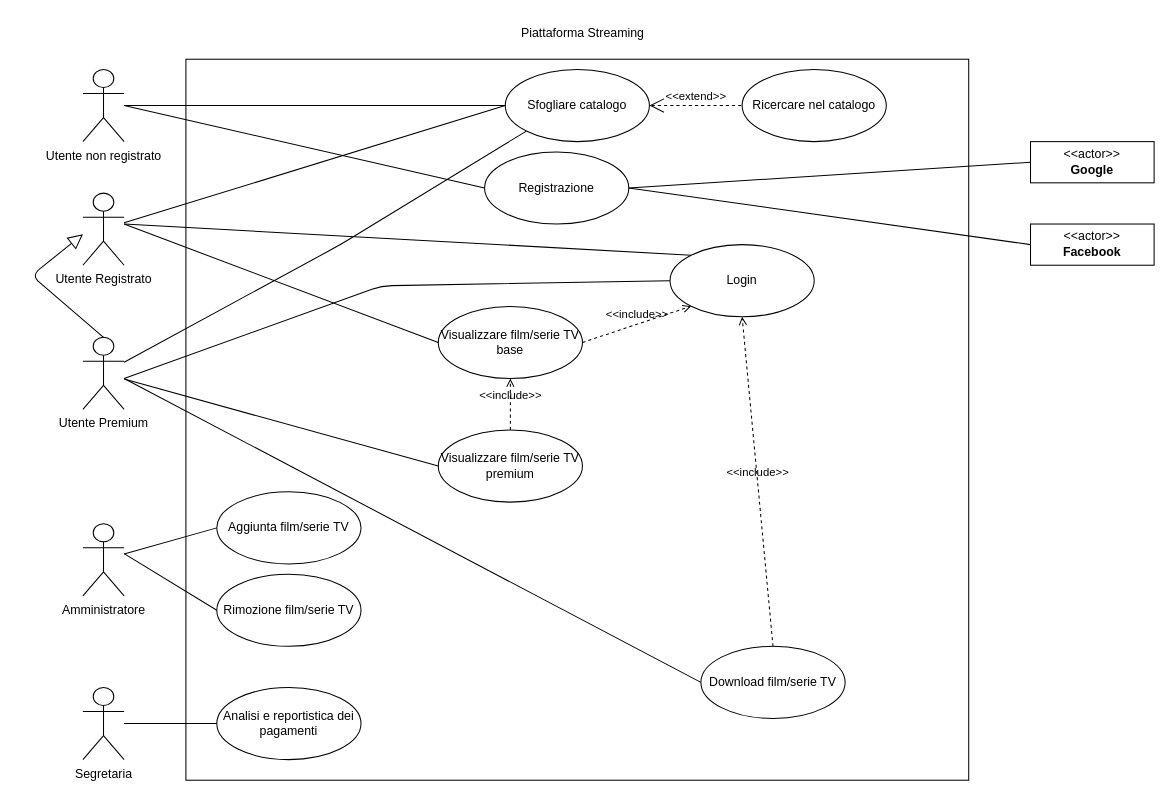
Before: lab1/UC.drawio in Boz7567/FIS, a draw.io diagram. Source tidied: cells renumbered, new cells numbered last; positions are measured from the earlier drawing's top-left corner, leaving out a move shared by most shapes. Both pictures are drawn from the tidied source at 103%, with x=0, y=0 at pixel (31, 18).
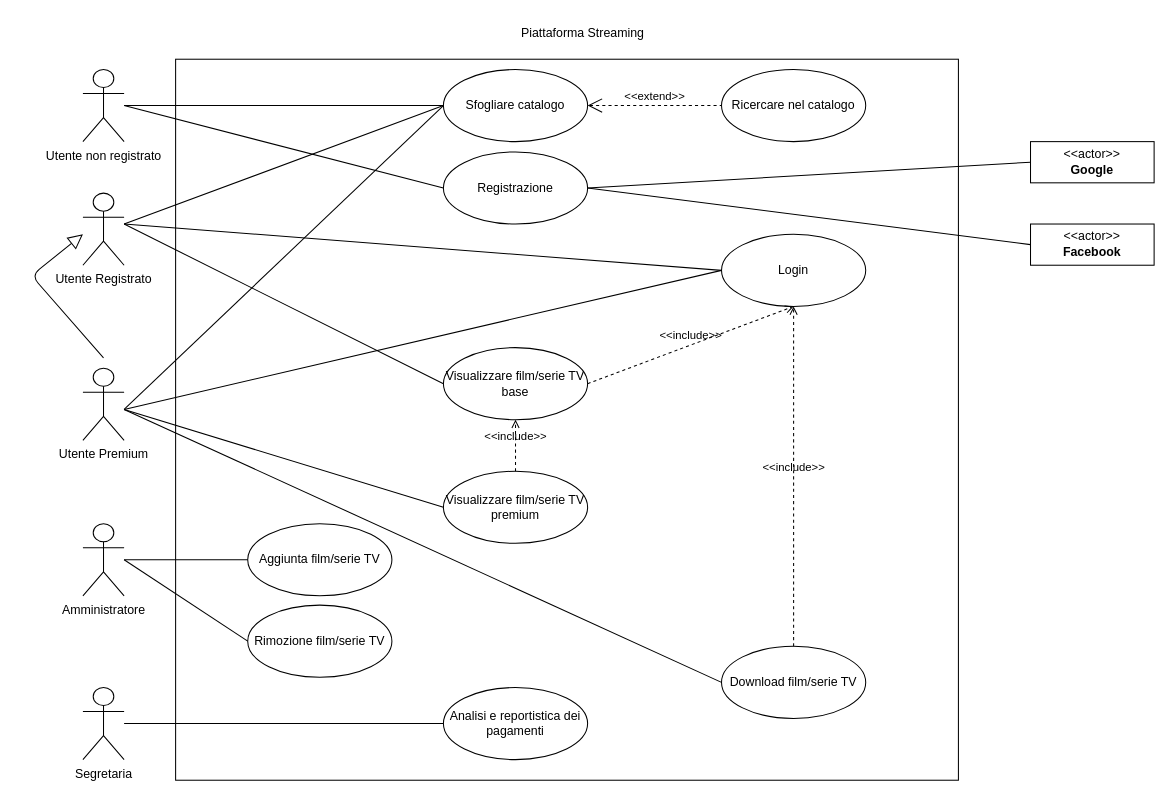
The same diagram, later.

The change refers to these unchanged cells:
```xml
<mxCell id="6" value="Utente Registrato" style="shape=umlActor;verticalLabelPosition=bottom;verticalAlign=top;html=1;outlineConnect=0;" parent="1" vertex="1">
  <mxGeometry x="50" y="170" width="40" height="70" as="geometry" />
</mxCell>
```

The edit, as a diff of the source:
```diff
@@
     <mxCell id="2" style="rounded=0;whiteSpace=wrap;html=1;" parent="1" vertex="1">
-      <mxGeometry x="150" y="40" width="760" height="700" as="geometry" />
+      <mxGeometry x="140" y="40" width="760" height="700" as="geometry" />
     </mxCell>
@@
     <mxCell id="5" value="Login" style="ellipse;whiteSpace=wrap;html=1;" parent="1" vertex="1">
-      <mxGeometry x="620" y="220" width="140" height="70" as="geometry" />
+      <mxGeometry x="670" y="210" width="140" height="70" as="geometry" />
     </mxCell>
@@
     <mxCell id="7" value="Utente Premium" style="shape=umlActor;verticalLabelPosition=bottom;verticalAlign=top;html=1;outlineConnect=0;" parent="1" vertex="1">
-      <mxGeometry x="50" y="310" width="40" height="70" as="geometry" />
+      <mxGeometry x="50" y="340" width="40" height="70" as="geometry" />
     </mxCell>
@@
     <mxCell id="9" value="Registrazione" style="ellipse;whiteSpace=wrap;html=1;" parent="1" vertex="1">
-      <mxGeometry x="440" y="130" width="140" height="70" as="geometry" />
+      <mxGeometry x="400" y="130" width="140" height="70" as="geometry" />
     </mxCell>
@@
     <mxCell id="11" value="Sfogliare catalogo" style="ellipse;whiteSpace=wrap;html=1;" parent="1" vertex="1">
-      <mxGeometry x="460" y="50" width="140" height="70" as="geometry" />
+      <mxGeometry x="400" y="50" width="140" height="70" as="geometry" />
     </mxCell>
     <mxCell id="12" value="Ricercare nel catalogo" style="ellipse;whiteSpace=wrap;html=1;" parent="1" vertex="1">
-      <mxGeometry x="690" y="50" width="140" height="70" as="geometry" />
+      <mxGeometry x="670" y="50" width="140" height="70" as="geometry" />
     </mxCell>
@@
-    <mxCell id="14" style="edgeStyle=none;html=1;endArrow=none;verticalAlign=bottom;entryX=0;entryY=0.5;entryDx=0;entryDy=0;" parent="1" edge="1" source="6" target="11">
-      <mxGeometry relative="1" as="geometry" />
+    <mxCell id="14" style="edgeStyle=none;html=1;endArrow=none;verticalAlign=bottom;entryX=0;entryY=0.5;entryDx=0;entryDy=0;" parent="1" edge="1" target="11">
+      <mxGeometry relative="1" as="geometry">
+        <mxPoint x="90" y="200" as="sourcePoint" />
+      </mxGeometry>
     </mxCell>
-    <mxCell id="15" style="edgeStyle=none;html=1;endArrow=none;verticalAlign=bottom;entryX=0;entryY=1;entryDx=0;entryDy=0;" parent="1" edge="1" source="7" target="11">
-      <mxGeometry relative="1" as="geometry">
-        <Array as="points">
-          <mxPoint x="300" y="220" />
-        </Array>
-      </mxGeometry>
-    </mxCell>
-    <mxCell id="16" style="edgeStyle=none;html=1;endArrow=block;endFill=0;endSize=12;verticalAlign=bottom;exitX=0.5;exitY=0;exitDx=0;exitDy=0;exitPerimeter=0;" parent="1" edge="1" source="7">
+    <mxCell id="16" style="edgeStyle=none;html=1;endArrow=block;endFill=0;endSize=12;verticalAlign=bottom;" parent="1" edge="1">
       <mxGeometry relative="1" as="geometry">
+        <mxPoint x="70" y="330" as="sourcePoint" />
         <mxPoint x="50" y="210" as="targetPoint" />
         <Array as="points">
           <mxPoint y="250" />
         </Array>
       </mxGeometry>
     </mxCell>
     <mxCell id="17" value="Visualizzare film/serie TV base" style="ellipse;whiteSpace=wrap;html=1;" parent="1" vertex="1">
-      <mxGeometry x="395" y="280" width="140" height="70" as="geometry" />
+      <mxGeometry x="400" y="320" width="140" height="70" as="geometry" />
     </mxCell>
@@
-    <mxCell id="19" value="&amp;lt;&amp;lt;include&amp;gt;&amp;gt;" style="edgeStyle=none;html=1;endArrow=open;verticalAlign=bottom;dashed=1;labelBackgroundColor=none;exitX=1;exitY=0.5;exitDx=0;exitDy=0;entryX=0;entryY=1;entryDx=0;entryDy=0;" parent="1" edge="1" source="17" target="5">
+    <mxCell id="19" value="&amp;lt;&amp;lt;include&amp;gt;&amp;gt;" style="edgeStyle=none;html=1;endArrow=open;verticalAlign=bottom;dashed=1;labelBackgroundColor=none;exitX=1;exitY=0.5;exitDx=0;exitDy=0;entryX=0.5;entryY=1;entryDx=0;entryDy=0;" parent="1" edge="1" source="17" target="5">
       <mxGeometry relative="1" as="geometry" />
     </mxCell>
     <mxCell id="20" value="Analisi e reportistica dei pagamenti" style="ellipse;whiteSpace=wrap;html=1;" parent="1" vertex="1">
-      <mxGeometry x="180" y="650" width="140" height="70" as="geometry" />
+      <mxGeometry x="400" y="650" width="140" height="70" as="geometry" />
     </mxCell>
@@
     <mxCell id="23" value="Aggiunta film/serie TV" style="ellipse;whiteSpace=wrap;html=1;" parent="1" vertex="1">
-      <mxGeometry x="180" y="460" width="140" height="70" as="geometry" />
+      <mxGeometry x="210" y="491" width="140" height="70" as="geometry" />
     </mxCell>
     <mxCell id="24" value="Rimozione film/serie TV" style="ellipse;whiteSpace=wrap;html=1;" parent="1" vertex="1">
-      <mxGeometry x="180" y="540" width="140" height="70" as="geometry" />
+      <mxGeometry x="210" y="570" width="140" height="70" as="geometry" />
     </mxCell>
@@
     <mxCell id="26" style="edgeStyle=none;html=1;endArrow=none;verticalAlign=bottom;entryX=0;entryY=0.5;entryDx=0;entryDy=0;" parent="1" edge="1" target="24">
       <mxGeometry relative="1" as="geometry">
-        <mxPoint x="90" y="520" as="sourcePoint" />
+        <mxPoint x="90" y="526" as="sourcePoint" />
       </mxGeometry>
     </mxCell>
     <mxCell id="27" value="Visualizzare film/serie TV premium" style="ellipse;whiteSpace=wrap;html=1;" parent="1" vertex="1">
-      <mxGeometry x="395" y="400" width="140" height="70" as="geometry" />
+      <mxGeometry x="400" y="440" width="140" height="70" as="geometry" />
     </mxCell>
@@
-    <mxCell id="29" style="edgeStyle=none;html=1;endArrow=none;verticalAlign=bottom;entryX=0;entryY=0.5;entryDx=0;entryDy=0;" parent="1" edge="1" source="7" target="27">
-      <mxGeometry relative="1" as="geometry" />
+    <mxCell id="29" style="edgeStyle=none;html=1;endArrow=none;verticalAlign=bottom;entryX=0;entryY=0.5;entryDx=0;entryDy=0;" parent="1" edge="1" target="27">
+      <mxGeometry relative="1" as="geometry">
+        <mxPoint x="90" y="380" as="sourcePoint" />
+      </mxGeometry>
     </mxCell>
     <mxCell id="30" value="Download film/serie TV" style="ellipse;whiteSpace=wrap;html=1;" parent="1" vertex="1">
-      <mxGeometry x="650" y="610" width="140" height="70" as="geometry" />
+      <mxGeometry x="670" y="610" width="140" height="70" as="geometry" />
     </mxCell>
@@
     <mxCell id="32" style="edgeStyle=none;html=1;endArrow=none;verticalAlign=bottom;entryX=0;entryY=0.5;entryDx=0;entryDy=0;" parent="1" edge="1" target="30">
       <mxGeometry relative="1" as="geometry">
-        <mxPoint x="90" y="350" as="sourcePoint" />
+        <mxPoint x="90" y="380" as="sourcePoint" />
       </mxGeometry>
     </mxCell>
@@
-    <mxCell id="34" style="edgeStyle=none;html=1;endArrow=none;verticalAlign=bottom;entryX=0;entryY=0;entryDx=0;entryDy=0;" parent="1" edge="1" target="5">
+    <mxCell id="34" style="edgeStyle=none;html=1;endArrow=none;verticalAlign=bottom;entryX=0;entryY=0.5;entryDx=0;entryDy=0;" parent="1" edge="1" target="5">
       <mxGeometry relative="1" as="geometry">
         <mxPoint x="90" y="200" as="sourcePoint" />
       </mxGeometry>
     </mxCell>
     <mxCell id="35" style="edgeStyle=none;html=1;endArrow=none;verticalAlign=bottom;entryX=0;entryY=0.5;entryDx=0;entryDy=0;" parent="1" edge="1" target="5">
       <mxGeometry relative="1" as="geometry">
-        <mxPoint x="90" y="350" as="sourcePoint" />
-        <Array as="points">
-          <mxPoint x="340" y="260" />
-        </Array>
+        <mxPoint x="90" y="380" as="sourcePoint" />
       </mxGeometry>
     </mxCell>
@@
+    <mxCell id="44" style="edgeStyle=none;html=1;endArrow=none;verticalAlign=bottom;entryX=0;entryY=0.5;entryDx=0;entryDy=0;" parent="1" edge="1" target="11">
+      <mxGeometry relative="1" as="geometry">
+        <mxPoint x="90" y="380" as="sourcePoint" />
+      </mxGeometry>
+    </mxCell>
```
